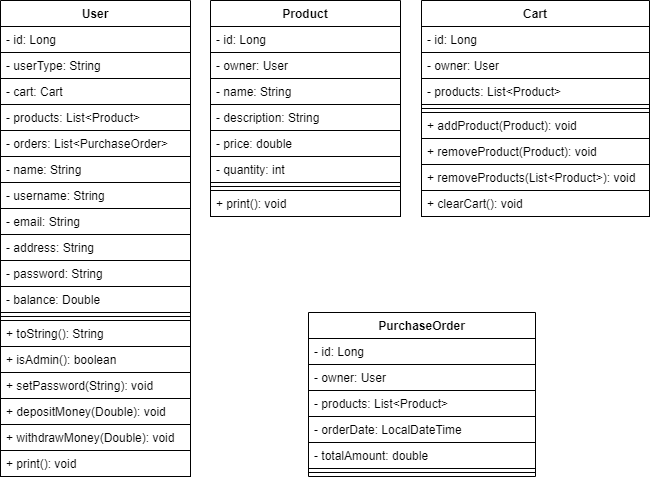
Above: diagram.drawio.png in RaulSCoelho/java-ecommerce-facul (draw.io), before the change. Source tidied: cells renumbered, new cells last; positions are measured from the earlier drawing's top-left corner, leaving out a move shared by most shapes.
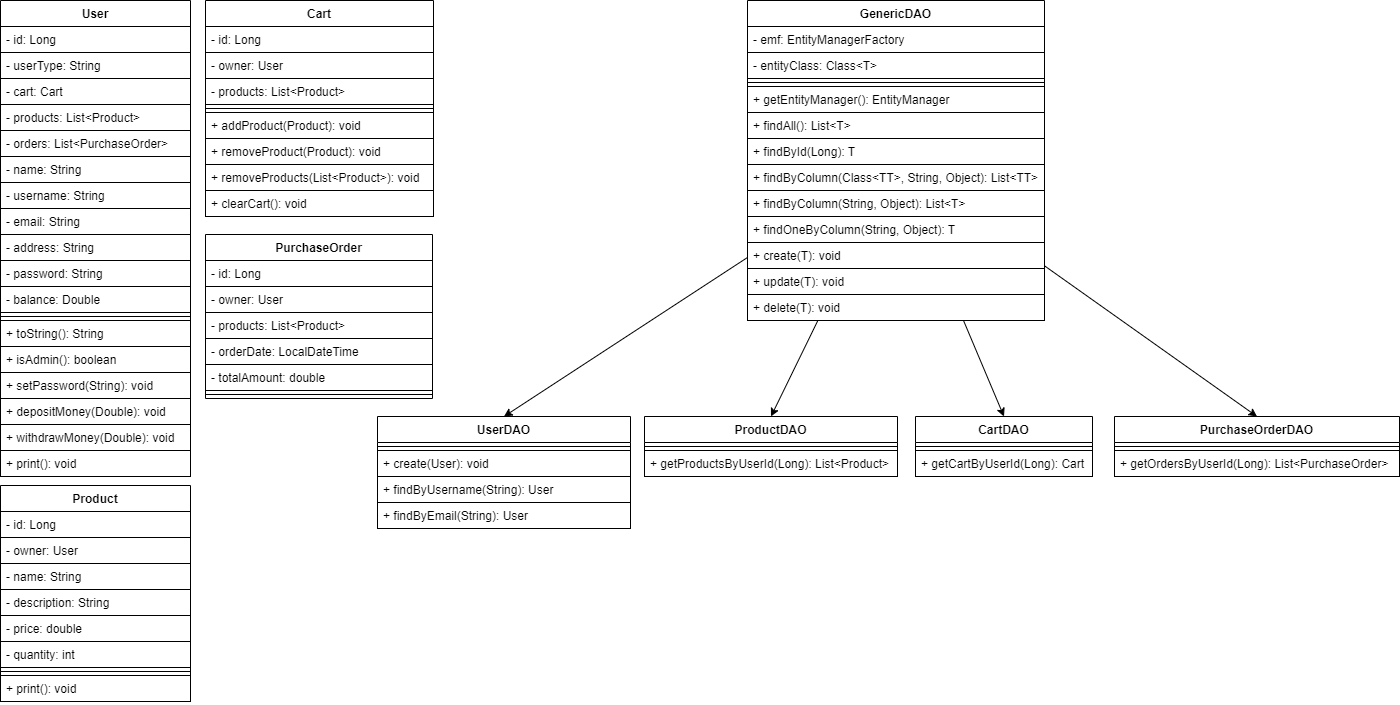
The same file after the commit.

Diff of the diagram source:
```diff
@@ -60,7 +60,7 @@
       <mxGeometry y="450" width="190" height="26" as="geometry" />
     </mxCell>
     <mxCell id="21" value="Product" style="swimlane;fontStyle=1;align=center;verticalAlign=top;horizontal=1;startSize=26;fontColor=#000000;fillColor=#FFFFFF;strokeColor=#000000;strokeWidth=1;" parent="1" vertex="1">
-      <mxGeometry x="210" width="190" height="216" as="geometry" />
+      <mxGeometry y="485" width="190" height="216" as="geometry" />
     </mxCell>
     <mxCell id="22" value="- id: Long" style="text;strokeColor=#000000;fillColor=#FFFFFF;align=left;verticalAlign=top;spacingLeft=4;spacingRight=4;overflow=hidden;fontColor=#000000;" parent="21" vertex="1">
       <mxGeometry y="26" width="190" height="26" as="geometry" />
@@ -87,7 +87,7 @@
       <mxGeometry y="190" width="190" height="26" as="geometry" />
     </mxCell>
     <mxCell id="30" value="Cart" style="swimlane;fontStyle=1;align=center;verticalAlign=top;horizontal=1;startSize=26;fontColor=#000000;fillColor=#FFFFFF;strokeColor=#000000;strokeWidth=1;" parent="1" vertex="1">
-      <mxGeometry x="421" width="228" height="216" as="geometry" />
+      <mxGeometry x="205" width="228" height="216" as="geometry" />
     </mxCell>
     <mxCell id="31" value="- id: Long" style="text;strokeColor=#000000;fillColor=#FFFFFF;align=left;verticalAlign=top;spacingLeft=4;spacingRight=4;overflow=hidden;fontColor=#000000;" parent="30" vertex="1">
       <mxGeometry y="26" width="228" height="26" as="geometry" />
@@ -114,7 +114,7 @@
       <mxGeometry y="190" width="228" height="26" as="geometry" />
     </mxCell>
     <mxCell id="39" value="PurchaseOrder" style="swimlane;fontStyle=1;align=center;verticalAlign=top;horizontal=1;startSize=26;fontColor=#000000;fillColor=#FFFFFF;strokeColor=#000000;strokeWidth=1;" parent="1" vertex="1">
-      <mxGeometry x="308" y="312" width="227" height="164" as="geometry" />
+      <mxGeometry x="205" y="234" width="227" height="164" as="geometry" />
     </mxCell>
     <mxCell id="40" value="- id: Long" style="text;strokeColor=#000000;fillColor=#FFFFFF;align=left;verticalAlign=top;spacingLeft=4;spacingRight=4;overflow=hidden;fontColor=#000000;" parent="39" vertex="1">
       <mxGeometry y="26" width="227" height="26" as="geometry" />
@@ -134,5 +134,98 @@
     <mxCell id="45" style="line;strokeWidth=1;fillColor=#FFFFFF;align=left;verticalAlign=middle;spacingTop=-1;spacingLeft=3;spacingRight=3;labelPosition=right;strokeColor=#000000;fontColor=#000000;" parent="39" vertex="1">
       <mxGeometry y="156" width="227" height="8" as="geometry" />
     </mxCell>
+    <mxCell id="46" style="edgeStyle=none;html=1;entryX=0.5;entryY=0;entryDx=0;entryDy=0;fontColor=#000000;strokeColor=#000000;" parent="1" edge="1" source="50" target="63">
+      <mxGeometry relative="1" as="geometry" />
+    </mxCell>
+    <mxCell id="47" style="edgeStyle=none;html=1;entryX=0.5;entryY=0;entryDx=0;entryDy=0;strokeColor=#000000;fontColor=#000000;" parent="1" edge="1" source="50" target="66">
+      <mxGeometry relative="1" as="geometry" />
+    </mxCell>
+    <mxCell id="48" style="edgeStyle=none;html=1;entryX=0.5;entryY=0;entryDx=0;entryDy=0;strokeColor=#000000;fontColor=#000000;" parent="1" edge="1" source="50" target="69">
+      <mxGeometry relative="1" as="geometry" />
+    </mxCell>
+    <mxCell id="49" style="edgeStyle=none;html=1;entryX=0.5;entryY=0;entryDx=0;entryDy=0;strokeColor=#000000;fontColor=#000000;" parent="1" edge="1" source="50" target="72">
+      <mxGeometry relative="1" as="geometry" />
+    </mxCell>
+    <mxCell id="50" value="GenericDAO" style="swimlane;fontStyle=1;align=center;verticalAlign=top;horizontal=1;startSize=26;fontColor=#000000;fillColor=#FFFFFF;strokeColor=#000000;strokeWidth=1;" parent="1" vertex="1">
+      <mxGeometry x="747" width="297" height="320" as="geometry" />
+    </mxCell>
+    <mxCell id="51" value="- emf: EntityManagerFactory" style="text;strokeColor=#000000;fillColor=#FFFFFF;align=left;verticalAlign=top;spacingLeft=4;spacingRight=4;overflow=hidden;fontColor=#000000;" parent="50" vertex="1">
+      <mxGeometry y="26" width="297" height="26" as="geometry" />
+    </mxCell>
+    <mxCell id="52" value="- entityClass: Class&lt;T&gt;" style="text;strokeColor=#000000;fillColor=#FFFFFF;align=left;verticalAlign=top;spacingLeft=4;spacingRight=4;overflow=hidden;fontColor=#000000;" parent="50" vertex="1">
+      <mxGeometry y="52" width="297" height="26" as="geometry" />
+    </mxCell>
+    <mxCell id="53" style="line;strokeWidth=1;fillColor=#FFFFFF;align=left;verticalAlign=middle;spacingTop=-1;spacingLeft=3;spacingRight=3;labelPosition=right;strokeColor=#000000;fontColor=#000000;" parent="50" vertex="1">
+      <mxGeometry y="78" width="297" height="8" as="geometry" />
+    </mxCell>
+    <mxCell id="54" value="+ getEntityManager(): EntityManager" style="text;strokeColor=#000000;fillColor=#FFFFFF;align=left;verticalAlign=top;spacingLeft=4;spacingRight=4;overflow=hidden;fontColor=#000000;" parent="50" vertex="1">
+      <mxGeometry y="86" width="297" height="26" as="geometry" />
+    </mxCell>
+    <mxCell id="55" value="+ findAll(): List&lt;T&gt;" style="text;strokeColor=#000000;fillColor=#FFFFFF;align=left;verticalAlign=top;spacingLeft=4;spacingRight=4;overflow=hidden;fontColor=#000000;" parent="50" vertex="1">
+      <mxGeometry y="112" width="297" height="26" as="geometry" />
+    </mxCell>
+    <mxCell id="56" value="+ findById(Long): T " style="text;strokeColor=#000000;fillColor=#FFFFFF;align=left;verticalAlign=top;spacingLeft=4;spacingRight=4;overflow=hidden;fontColor=#000000;" parent="50" vertex="1">
+      <mxGeometry y="138" width="297" height="26" as="geometry" />
+    </mxCell>
+    <mxCell id="57" value="+ findByColumn(Class&lt;TT&gt;, String, Object): List&lt;TT&gt;" style="text;strokeColor=#000000;fillColor=#FFFFFF;align=left;verticalAlign=top;spacingLeft=4;spacingRight=4;overflow=hidden;fontColor=#000000;" parent="50" vertex="1">
+      <mxGeometry y="164" width="297" height="26" as="geometry" />
+    </mxCell>
+    <mxCell id="58" value="+ findByColumn(String, Object): List&lt;T&gt;" style="text;strokeColor=#000000;fillColor=#FFFFFF;align=left;verticalAlign=top;spacingLeft=4;spacingRight=4;overflow=hidden;fontColor=#000000;" parent="50" vertex="1">
+      <mxGeometry y="190" width="297" height="26" as="geometry" />
+    </mxCell>
+    <mxCell id="59" value="+ findOneByColumn(String, Object): T" style="text;strokeColor=#000000;fillColor=#FFFFFF;align=left;verticalAlign=top;spacingLeft=4;spacingRight=4;overflow=hidden;fontColor=#000000;" parent="50" vertex="1">
+      <mxGeometry y="216" width="297" height="26" as="geometry" />
+    </mxCell>
+    <mxCell id="60" value="+ create(T): void" style="text;strokeColor=#000000;fillColor=#FFFFFF;align=left;verticalAlign=top;spacingLeft=4;spacingRight=4;overflow=hidden;fontColor=#000000;" parent="50" vertex="1">
+      <mxGeometry y="242" width="297" height="26" as="geometry" />
+    </mxCell>
+    <mxCell id="61" value="+ update(T): void" style="text;strokeColor=#000000;fillColor=#FFFFFF;align=left;verticalAlign=top;spacingLeft=4;spacingRight=4;overflow=hidden;fontColor=#000000;" parent="50" vertex="1">
+      <mxGeometry y="268" width="297" height="26" as="geometry" />
+    </mxCell>
+    <mxCell id="62" value="+ delete(T): void" style="text;strokeColor=#000000;fillColor=#FFFFFF;align=left;verticalAlign=top;spacingLeft=4;spacingRight=4;overflow=hidden;fontColor=#000000;" parent="50" vertex="1">
+      <mxGeometry y="294" width="297" height="26" as="geometry" />
+    </mxCell>
+    <mxCell id="63" value="ProductDAO" style="swimlane;fontStyle=1;align=center;verticalAlign=top;horizontal=1;startSize=26;fontColor=#000000;fillColor=#FFFFFF;strokeColor=#000000;strokeWidth=1;" parent="1" vertex="1">
+      <mxGeometry x="644" y="416" width="253" height="60" as="geometry" />
+    </mxCell>
+    <mxCell id="64" style="line;strokeWidth=1;fillColor=#FFFFFF;align=left;verticalAlign=middle;spacingTop=-1;spacingLeft=3;spacingRight=3;labelPosition=right;strokeColor=#000000;fontColor=#000000;" parent="63" vertex="1">
+      <mxGeometry y="26" width="253" height="8" as="geometry" />
+    </mxCell>
+    <mxCell id="65" value="+ getProductsByUserId(Long): List&lt;Product&gt;" style="text;strokeColor=#000000;fillColor=#FFFFFF;align=left;verticalAlign=top;spacingLeft=4;spacingRight=4;overflow=hidden;fontColor=#000000;" parent="63" vertex="1">
+      <mxGeometry y="34" width="253" height="26" as="geometry" />
+    </mxCell>
+    <mxCell id="66" value="CartDAO" style="swimlane;fontStyle=1;align=center;verticalAlign=top;horizontal=1;startSize=26;fontColor=#000000;fillColor=#FFFFFF;strokeColor=#000000;strokeWidth=1;" parent="1" vertex="1">
+      <mxGeometry x="915" y="416" width="177" height="60" as="geometry" />
+    </mxCell>
+    <mxCell id="67" style="line;strokeWidth=1;fillColor=#FFFFFF;align=left;verticalAlign=middle;spacingTop=-1;spacingLeft=3;spacingRight=3;labelPosition=right;strokeColor=#000000;fontColor=#000000;" parent="66" vertex="1">
+      <mxGeometry y="26" width="177" height="8" as="geometry" />
+    </mxCell>
+    <mxCell id="68" value="+ getCartByUserId(Long): Cart" style="text;strokeColor=#000000;fillColor=#FFFFFF;align=left;verticalAlign=top;spacingLeft=4;spacingRight=4;overflow=hidden;fontColor=#000000;" parent="66" vertex="1">
+      <mxGeometry y="34" width="177" height="26" as="geometry" />
+    </mxCell>
+    <mxCell id="69" value="PurchaseOrderDAO" style="swimlane;fontStyle=1;align=center;verticalAlign=top;horizontal=1;startSize=26;fontColor=#000000;fillColor=#FFFFFF;strokeColor=#000000;strokeWidth=1;" parent="1" vertex="1">
+      <mxGeometry x="1114" y="416" width="285" height="60" as="geometry" />
+    </mxCell>
+    <mxCell id="70" style="line;strokeWidth=1;fillColor=#FFFFFF;align=left;verticalAlign=middle;spacingTop=-1;spacingLeft=3;spacingRight=3;labelPosition=right;strokeColor=#000000;fontColor=#000000;" parent="69" vertex="1">
+      <mxGeometry y="26" width="285" height="8" as="geometry" />
+    </mxCell>
+    <mxCell id="71" value="+ getOrdersByUserId(Long): List&lt;PurchaseOrder&gt;" style="text;strokeColor=#000000;fillColor=#FFFFFF;align=left;verticalAlign=top;spacingLeft=4;spacingRight=4;overflow=hidden;fontColor=#000000;" parent="69" vertex="1">
+      <mxGeometry y="34" width="285" height="26" as="geometry" />
+    </mxCell>
+    <mxCell id="72" value="UserDAO" style="swimlane;fontStyle=1;align=center;verticalAlign=top;horizontal=1;startSize=26;fontColor=#000000;fillColor=#FFFFFF;strokeColor=#000000;strokeWidth=1;" parent="1" vertex="1">
+      <mxGeometry x="377" y="416" width="253" height="112" as="geometry" />
+    </mxCell>
+    <mxCell id="73" style="line;strokeWidth=1;fillColor=#FFFFFF;align=left;verticalAlign=middle;spacingTop=-1;spacingLeft=3;spacingRight=3;labelPosition=right;strokeColor=#000000;fontColor=#000000;" parent="72" vertex="1">
+      <mxGeometry y="26" width="253" height="8" as="geometry" />
+    </mxCell>
+    <mxCell id="74" value="+ create(User): void" style="text;strokeColor=#000000;fillColor=#FFFFFF;align=left;verticalAlign=top;spacingLeft=4;spacingRight=4;overflow=hidden;fontColor=#000000;" parent="72" vertex="1">
+      <mxGeometry y="34" width="253" height="26" as="geometry" />
+    </mxCell>
+    <mxCell id="75" value="+ findByUsername(String): User" style="text;strokeColor=#000000;fillColor=#FFFFFF;align=left;verticalAlign=top;spacingLeft=4;spacingRight=4;overflow=hidden;fontColor=#000000;" parent="72" vertex="1">
+      <mxGeometry y="60" width="253" height="26" as="geometry" />
+    </mxCell>
+    <mxCell id="76" value="+ findByEmail(String): User" style="text;strokeColor=#000000;fillColor=#FFFFFF;align=left;verticalAlign=top;spacingLeft=4;spacingRight=4;overflow=hidden;fontColor=#000000;" parent="72" vertex="1">
+      <mxGeometry y="86" width="253" height="26" as="geometry" />
+    </mxCell>
   </root>
 </mxGraphModel>
```
